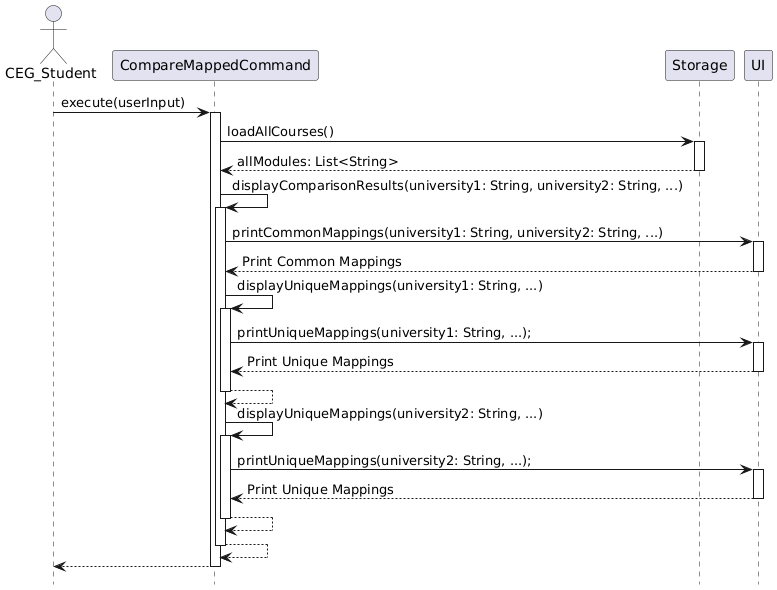
Above: docs/images/CompareMappedCommand.png in nus-cs2113-AY2425S1/tp (PlantUML), before the change.
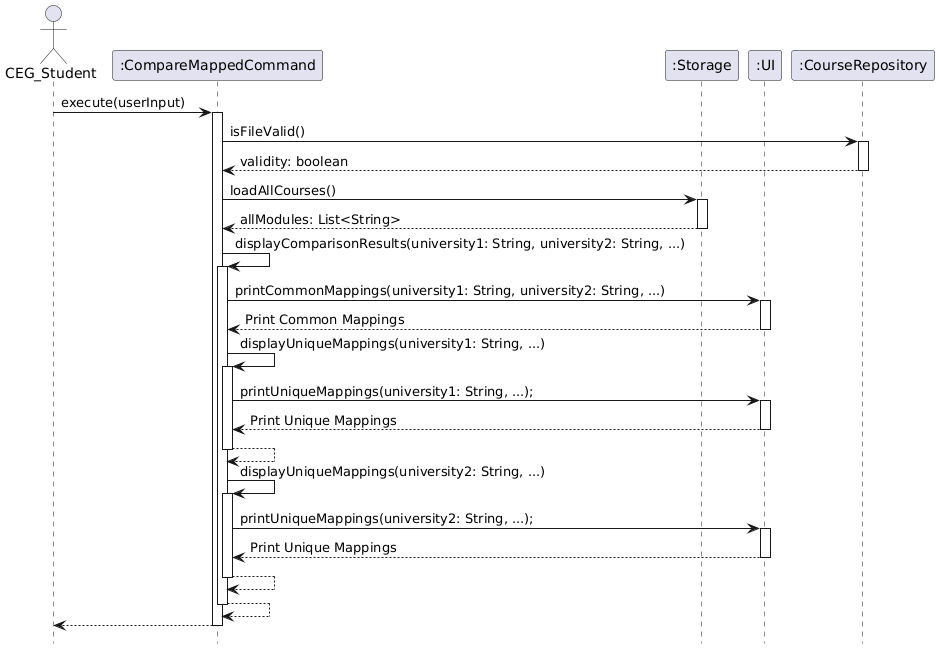
Later version of the same file.

Commit message:
Added Coursevalidator to CompareMappedCommand and ListPersonalTrackerCommand for DG

Diff of the diagram source:
```diff
@@ -2,12 +2,18 @@
 hide footbox
 
 actor CEG_Student
-participant "CompareMappedCommand" as Command
-participant "Storage" as Storage
-participant "UI" as UI
+participant ":CompareMappedCommand" as Command
+participant ":Storage" as Storage
+participant ":UI" as UI
+participant ":CourseRepository" as CR
 
 CEG_Student -> Command: execute(userInput)
 activate Command
+
+Command -> CR: isFileValid()
+activate CR
+CR --> Command: validity: boolean
+deactivate CR
 
 Command -> Storage: loadAllCourses()
 activate Storage
```
